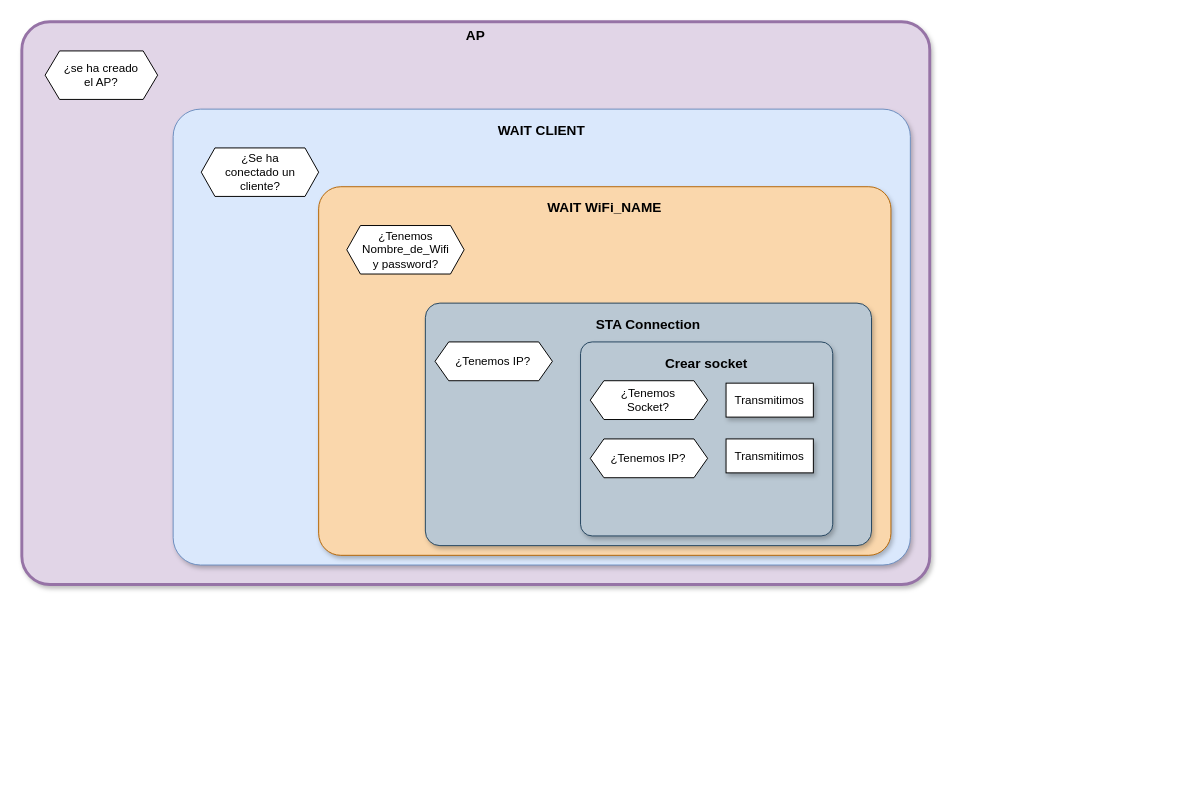
This is WifiE.drawio from ORParga/ESP32WiFi, a draw.io file, before an edit. Source tidied: cells renumbered, new cells numbered last; positions are measured from the earlier drawing's top-left corner, leaving out a move shared by most shapes. Both pictures are drawn from the tidied source at 97%, with x=0, y=0 at pixel (21, 21).
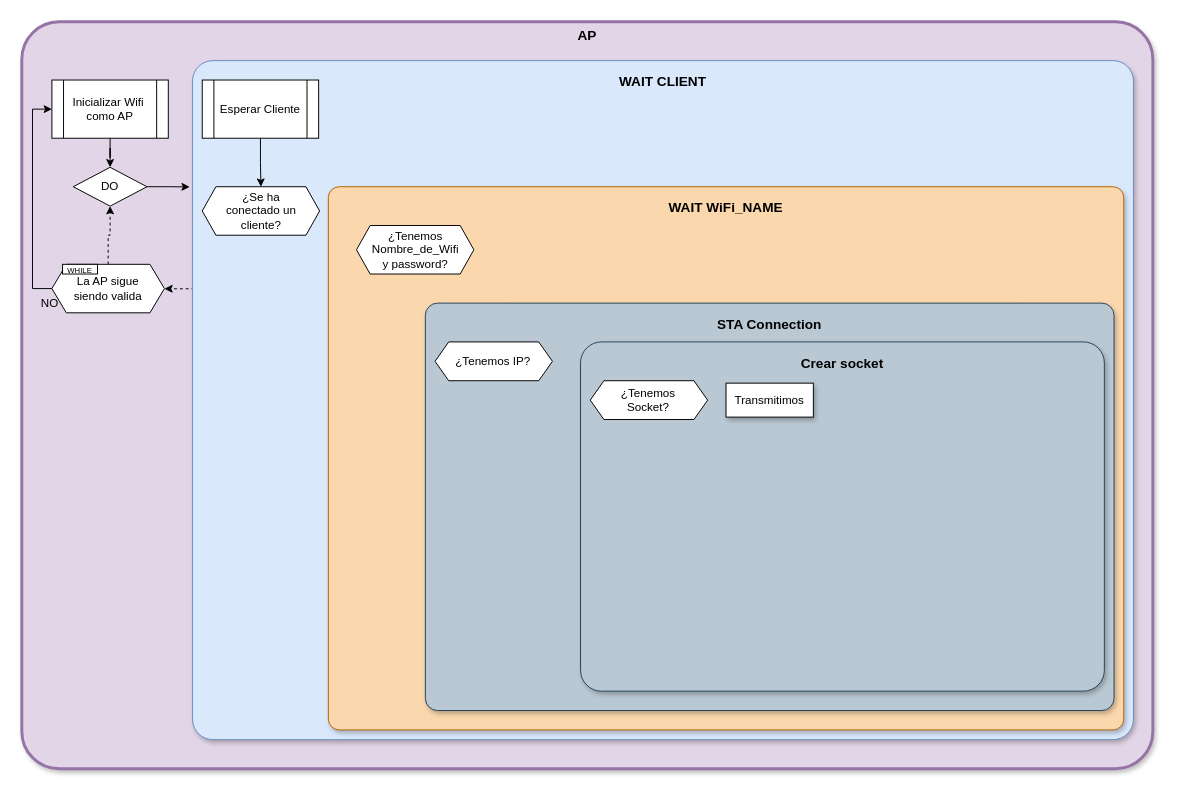
The same diagram, later.

What changed in the source:
```diff
@@
     <mxCell id="2" value="&lt;h3 style=&quot;line-height: 0%&quot;&gt;AP&lt;/h3&gt;" style="rounded=1;whiteSpace=wrap;html=1;overflow=fill;align=center;arcSize=5;glass=0;shadow=1;comic=0;fillColor=#e1d5e7;strokeColor=#9673a6;strokeWidth=3;" parent="1" vertex="1">
-      <mxGeometry width="936" height="580" as="geometry" />
+      <mxGeometry width="1166" height="770" as="geometry" />
     </mxCell>
-    <mxCell id="3" style="shape=hexagon;perimeter=hexagonPerimeter2;whiteSpace=wrap;html=1;size=0.12857142857142856;" parent="2" vertex="1">
-      <mxGeometry x="24" y="30" width="116" height="50" as="geometry" />
-    </mxCell>
-    <mxCell id="4" value="¿se ha creado el AP?" style="text;html=1;strokeColor=none;fillColor=none;align=center;verticalAlign=middle;whiteSpace=wrap;rounded=0;" parent="3" vertex="1">
-      <mxGeometry x="13" y="10" width="90" height="30" as="geometry" />
-    </mxCell>
+    <mxCell id="21" style="edgeStyle=orthogonalEdgeStyle;rounded=0;jettySize=auto;html=1;entryX=0;entryY=0.5;entryDx=0;entryDy=0;exitX=0;exitY=0.5;exitDx=0;exitDy=0;" parent="2" edge="1" source="23" target="27">
+      <mxGeometry relative="1" as="geometry" />
+    </mxCell>
+    <mxCell id="22" style="edgeStyle=orthogonalEdgeStyle;rounded=0;jettySize=auto;html=1;dashed=1;" parent="2" edge="1" source="23" target="29">
+      <mxGeometry relative="1" as="geometry" />
+    </mxCell>
+    <mxCell id="23" style="shape=hexagon;perimeter=hexagonPerimeter2;whiteSpace=wrap;html=1;size=0.12857142857142856;" parent="2" vertex="1">
+      <mxGeometry x="31" y="250" width="116" height="50" as="geometry" />
+    </mxCell>
+    <mxCell id="24" value="La AP sigue siendo valida" style="text;html=1;strokeColor=none;fillColor=none;align=center;verticalAlign=middle;whiteSpace=wrap;rounded=0;" parent="23" vertex="1">
+      <mxGeometry x="13" y="10" width="90" height="30" as="geometry" />
+    </mxCell>
+    <mxCell id="25" value="&lt;font style=&quot;font-size: 8px&quot;&gt;WHILE&lt;/font&gt;" style="rounded=0;whiteSpace=wrap;html=1;" parent="23" vertex="1">
+      <mxGeometry x="11" width="36" height="10" as="geometry" />
+    </mxCell>
+    <mxCell id="26" style="edgeStyle=orthogonalEdgeStyle;rounded=0;jettySize=auto;html=1;" parent="2" edge="1" source="27" target="29">
+      <mxGeometry relative="1" as="geometry" />
+    </mxCell>
+    <mxCell id="27" value="Inicializar Wifi&amp;nbsp;&lt;br&gt;como AP" style="shape=process;whiteSpace=wrap;html=1;backgroundOutline=1;" parent="2" vertex="1">
+      <mxGeometry x="31" y="60" width="120" height="60" as="geometry" />
+    </mxCell>
+    <mxCell id="28" value="NO" style="text;html=1;strokeColor=none;fillColor=none;align=center;verticalAlign=middle;whiteSpace=wrap;rounded=0;" parent="2" vertex="1">
+      <mxGeometry x="16" y="280" width="26" height="20" as="geometry" />
+    </mxCell>
+    <mxCell id="29" value="DO" style="rhombus;whiteSpace=wrap;html=1;" parent="2" vertex="1">
+      <mxGeometry x="53" y="150" width="76" height="40" as="geometry" />
+    </mxCell>
+    <mxCell id="30" style="edgeStyle=orthogonalEdgeStyle;rounded=0;jettySize=auto;html=1;exitX=0.002;exitY=0.336;exitDx=0;exitDy=0;entryX=1;entryY=0.5;entryDx=0;entryDy=0;dashed=1;exitPerimeter=0;" parent="1" edge="1" source="5" target="23">
+      <mxGeometry relative="1" as="geometry" />
+    </mxCell>
-    <mxCell id="5" value="&lt;h3&gt;WAIT CLIENT&lt;/h3&gt;" style="rounded=1;whiteSpace=wrap;html=1;shadow=1;glass=0;comic=0;strokeWidth=1;fillColor=#dae8fc;strokeColor=#6c8ebf;overflow=fill;arcSize=6;" parent="1" vertex="1">
-      <mxGeometry x="156" y="90" width="760" height="470" as="geometry" />
+    <mxCell id="5" value="&lt;h3&gt;WAIT CLIENT&lt;/h3&gt;" style="rounded=1;whiteSpace=wrap;html=1;shadow=1;glass=0;comic=0;strokeWidth=1;fillColor=#dae8fc;strokeColor=#6c8ebf;overflow=fill;arcSize=3;" parent="1" vertex="1">
+      <mxGeometry x="176" y="40" width="970" height="700" as="geometry" />
     </mxCell>
     <mxCell id="6" style="shape=hexagon;perimeter=hexagonPerimeter2;whiteSpace=wrap;html=1;size=0.11643835616438356;" parent="5" vertex="1">
-      <mxGeometry x="29" y="40" width="121" height="50" as="geometry" />
+      <mxGeometry x="10" y="130" width="121" height="50" as="geometry" />
     </mxCell>
@@
+    <mxCell id="31" style="edgeStyle=orthogonalEdgeStyle;rounded=0;jettySize=auto;html=1;" parent="5" edge="1" source="32" target="6">
+      <mxGeometry relative="1" as="geometry" />
+    </mxCell>
+    <mxCell id="32" value="Esperar Cliente" style="shape=process;whiteSpace=wrap;html=1;backgroundOutline=1;" parent="5" vertex="1">
+      <mxGeometry x="10" y="20" width="120" height="60" as="geometry" />
+    </mxCell>
-    <mxCell id="8" value="&lt;h3&gt;WAIT WiFi_NAME&lt;/h3&gt;" style="rounded=1;whiteSpace=wrap;html=1;shadow=1;glass=0;comic=0;strokeWidth=1;fillColor=#fad7ac;strokeColor=#b46504;overflow=fill;arcSize=6;" parent="1" vertex="1">
-      <mxGeometry x="306" y="170" width="590" height="380" as="geometry" />
+    <mxCell id="8" value="&lt;h3&gt;WAIT WiFi_NAME&lt;/h3&gt;" style="rounded=1;whiteSpace=wrap;html=1;shadow=1;glass=0;comic=0;strokeWidth=1;fillColor=#fad7ac;strokeColor=#b46504;overflow=fill;arcSize=2;" parent="1" vertex="1">
+      <mxGeometry x="316" y="170" width="820" height="560" as="geometry" />
     </mxCell>
@@
-    <mxCell id="11" value="&lt;h3&gt;STA Connection&lt;/h3&gt;" style="rounded=1;whiteSpace=wrap;html=1;shadow=1;glass=0;comic=0;strokeWidth=1;fillColor=#bac8d3;strokeColor=#23445d;overflow=fill;arcSize=6;" parent="1" vertex="1">
-      <mxGeometry x="416" y="290" width="460" height="250" as="geometry" />
+    <mxCell id="11" value="&lt;h3&gt;STA Connection&lt;/h3&gt;" style="rounded=1;whiteSpace=wrap;html=1;shadow=1;glass=0;comic=0;strokeWidth=1;fillColor=#bac8d3;strokeColor=#23445d;overflow=fill;arcSize=3;" parent="1" vertex="1">
+      <mxGeometry x="416" y="290" width="710" height="420" as="geometry" />
     </mxCell>
@@
     <mxCell id="14" value="&lt;h3&gt;Crear socket&lt;/h3&gt;" style="rounded=1;whiteSpace=wrap;html=1;shadow=1;glass=0;comic=0;strokeWidth=1;fillColor=#bac8d3;strokeColor=#23445d;overflow=fill;arcSize=6;" parent="1" vertex="1">
-      <mxGeometry x="576" y="330" width="260" height="200" as="geometry" />
+      <mxGeometry x="576" y="330" width="540" height="360" as="geometry" />
     </mxCell>
@@
-    <mxCell id="18" value="Transmitimos" style="rounded=0;whiteSpace=wrap;html=1;shadow=1;glass=0;comic=0;strokeWidth=1;" parent="14" vertex="1">
-      <mxGeometry x="150" y="100" width="90" height="35" as="geometry" />
-    </mxCell>
-    <mxCell id="19" style="shape=hexagon;perimeter=hexagonPerimeter2;whiteSpace=wrap;html=1;size=0.11643835616438356;" parent="14" vertex="1">
-      <mxGeometry x="10" y="100" width="121" height="40" as="geometry" />
-    </mxCell>
-    <mxCell id="20" value="¿Tenemos IP?" style="text;html=1;strokeColor=none;fillColor=none;align=center;verticalAlign=middle;whiteSpace=wrap;rounded=0;" parent="19" vertex="1">
-      <mxGeometry x="14.5" y="5" width="90" height="30" as="geometry" />
-    </mxCell>
+    <mxCell id="33" style="edgeStyle=orthogonalEdgeStyle;rounded=0;jettySize=auto;html=1;entryX=-0.003;entryY=0.186;entryDx=0;entryDy=0;exitX=1;exitY=0.5;exitDx=0;exitDy=0;entryPerimeter=0;" parent="1" edge="1" source="29" target="5">
+      <mxGeometry relative="1" as="geometry" />
+    </mxCell>
```
